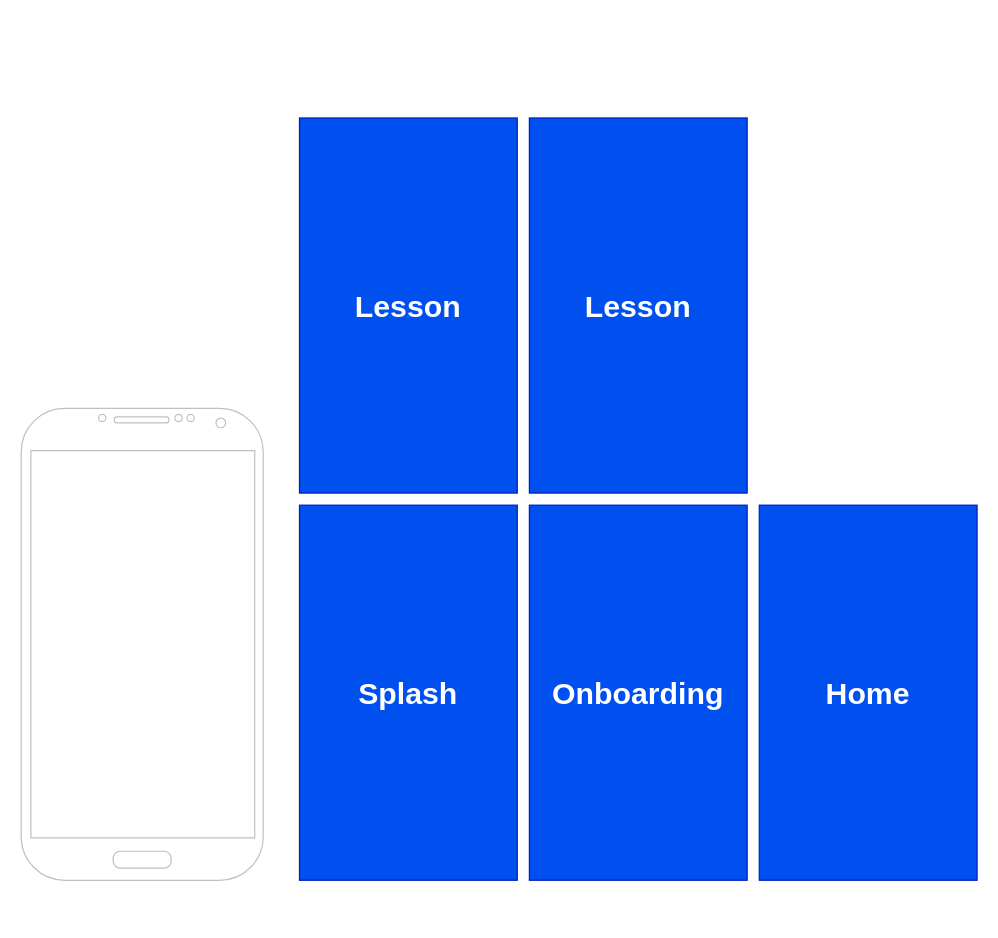
This is design/navigation.drawio from mo-adel-tronic/learning-app, a draw.io file, before an edit. Source tidied: cells renumbered, new cells numbered last; positions are measured from the earlier drawing's top-left corner, leaving out a move shared by most shapes. Both pictures are drawn from the tidied source at 121%, with x=0, y=0 at pixel (21, 117).
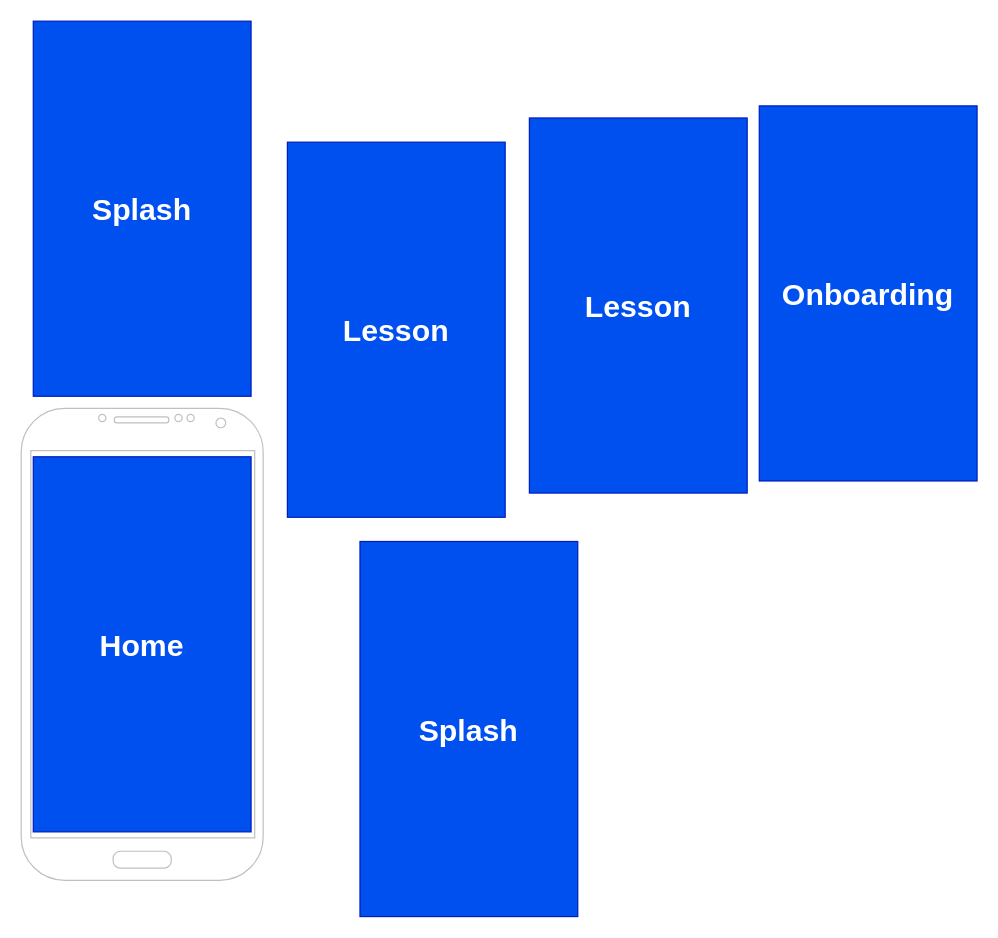
Above is the later version.

Commit message (it also covers changes not shown here):
handle navigation after init route names

The edit, as a diff of the source:
```diff
@@
 <mxGraphModel>
   <root>
     <mxCell id="0" />
     <mxCell id="1" parent="0" />
     <mxCell id="2" style="verticalLabelPosition=bottom;verticalAlign=top;html=1;shadow=0;dashed=0;strokeWidth=1;shape=mxgraph.android.phone2;strokeColor=#c0c0c0;" parent="1" vertex="1">
       <mxGeometry y="240" width="200" height="390" as="geometry" />
     </mxCell>
     <mxCell id="3" value="&lt;font style=&quot;font-size: 25px;&quot;&gt;&lt;b&gt;Splash&lt;/b&gt;&lt;/font&gt;" style="whiteSpace=wrap;html=1;fillColor=#0050ef;fontColor=#ffffff;strokeColor=#001DBC;" parent="1" vertex="1">
-      <mxGeometry x="230" y="320" width="180" height="310" as="geometry" />
+      <mxGeometry x="280" y="350" width="180" height="310" as="geometry" />
     </mxCell>
     <mxCell id="4" value="&lt;font style=&quot;font-size: 25px;&quot;&gt;&lt;b&gt;Onboarding&lt;/b&gt;&lt;/font&gt;" style="whiteSpace=wrap;html=1;fillColor=#0050ef;fontColor=#ffffff;strokeColor=#001DBC;" parent="1" vertex="1">
-      <mxGeometry x="420" y="320" width="180" height="310" as="geometry" />
+      <mxGeometry x="610" y="-10" width="180" height="310" as="geometry" />
     </mxCell>
     <mxCell id="5" value="&lt;font style=&quot;font-size: 25px;&quot;&gt;&lt;b&gt;Home&lt;/b&gt;&lt;/font&gt;" style="whiteSpace=wrap;html=1;fillColor=#0050ef;fontColor=#ffffff;strokeColor=#001DBC;" parent="1" vertex="1">
-      <mxGeometry x="610" y="320" width="180" height="310" as="geometry" />
+      <mxGeometry x="10" y="280" width="180" height="310" as="geometry" />
     </mxCell>
     <mxCell id="6" value="&lt;font style=&quot;font-size: 25px;&quot;&gt;&lt;b&gt;Lesson&lt;/b&gt;&lt;/font&gt;" style="whiteSpace=wrap;html=1;fillColor=#0050ef;fontColor=#ffffff;strokeColor=#001DBC;" parent="1" vertex="1">
-      <mxGeometry x="230" width="180" height="310" as="geometry" />
+      <mxGeometry x="220" y="20" width="180" height="310" as="geometry" />
     </mxCell>
     <mxCell id="7" value="&lt;font style=&quot;font-size: 25px;&quot;&gt;&lt;b&gt;Lesson&lt;/b&gt;&lt;/font&gt;" style="whiteSpace=wrap;html=1;fillColor=#0050ef;fontColor=#ffffff;strokeColor=#001DBC;" parent="1" vertex="1">
       <mxGeometry x="420" width="180" height="310" as="geometry" />
     </mxCell>
+    <mxCell id="8" value="&lt;font style=&quot;font-size: 25px;&quot;&gt;&lt;b&gt;Splash&lt;/b&gt;&lt;/font&gt;" style="whiteSpace=wrap;html=1;fillColor=#0050ef;fontColor=#ffffff;strokeColor=#001DBC;" parent="1" vertex="1">
+      <mxGeometry x="10" y="-80" width="180" height="310" as="geometry" />
+    </mxCell>
   </root>
 </mxGraphModel>
```
